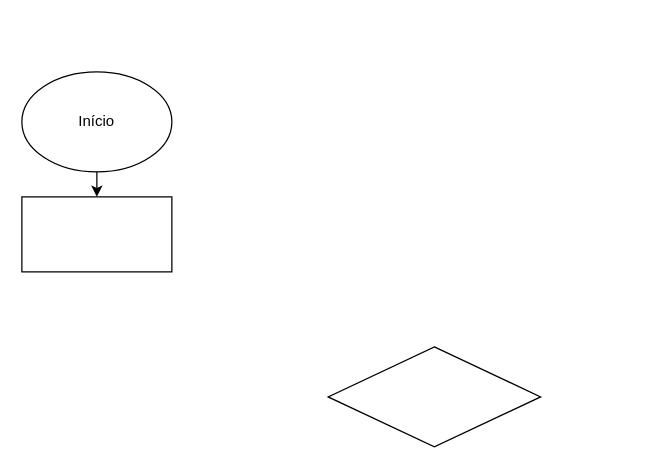
Before: Untitled Diagram.drawio in matricce/prj-catraca-esps, a draw.io diagram. Source tidied: cells renumbered, new cells numbered last; positions are measured from the earlier drawing's top-left corner, leaving out a move shared by most shapes. Both pictures are drawn from the tidied source at 125%, with x=0, y=0 at pixel (21, 71).
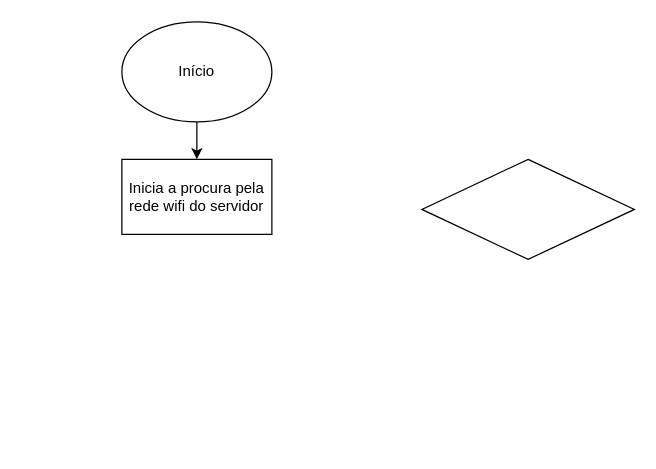
After the change.

Diff of the diagram source:
```diff
@@
 <mxGraphModel>
   <root>
     <mxCell id="0" />
     <mxCell id="1" parent="0" />
     <mxCell id="2" style="rhombus;whiteSpace=wrap;html=1;" parent="1" vertex="1">
-      <mxGeometry x="245" y="220" width="170" height="80" as="geometry" />
+      <mxGeometry x="320" y="70" width="170" height="80" as="geometry" />
     </mxCell>
     <mxCell id="3" style="endArrow=classic;html=1;exitX=0.5;exitY=1;exitDx=0;exitDy=0;entryX=0.5;entryY=0;entryDx=0;entryDy=0;" parent="1" edge="1" source="4" target="5">
       <mxGeometry relative="1" as="geometry" />
     </mxCell>
     <mxCell id="4" value="Início" style="ellipse;whiteSpace=wrap;html=1;" parent="1" vertex="1">
-      <mxGeometry width="120" height="80" as="geometry" />
+      <mxGeometry x="80" y="-40" width="120" height="80" as="geometry" />
     </mxCell>
-    <mxCell id="5" style="rounded=0;whiteSpace=wrap;html=1;" parent="1" vertex="1">
-      <mxGeometry y="100" width="120" height="60" as="geometry" />
+    <mxCell id="5" value="Inicia a procura pela rede wifi do servidor" style="rounded=0;whiteSpace=wrap;html=1;" parent="1" vertex="1">
+      <mxGeometry x="80" y="70" width="120" height="60" as="geometry" />
     </mxCell>
   </root>
 </mxGraphModel>
```
